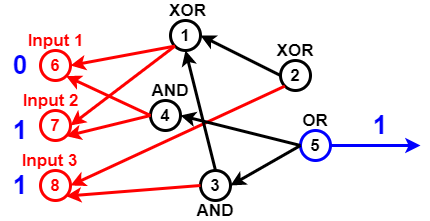
Before: Untitled Diagram.png, a diagram exported from draw.io (sara1024/-CCF201412-2-Z-). Source tidied: cells renumbered, new cells last; positions are measured from the earlier drawing's top-left corner, leaving out a move shared by most shapes.
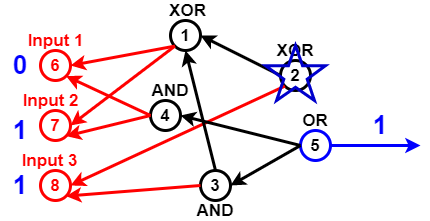
The same file after the commit.

What changed in the source:
```diff
@@ -97,5 +97,8 @@
         <mxPoint x="420" y="145" as="targetPoint" />
       </mxGeometry>
     </mxCell>
+    <mxCell id="33" style="verticalLabelPosition=bottom;verticalAlign=top;html=1;shape=mxgraph.basic.star;strokeWidth=3;fillColor=none;gradientColor=none;fontSize=26;fontColor=#0000FF;strokeColor=#0000CC;" parent="1" vertex="1">
+      <mxGeometry x="265" y="45" width="60" height="55" as="geometry" />
+    </mxCell>
   </root>
 </mxGraphModel>
```
